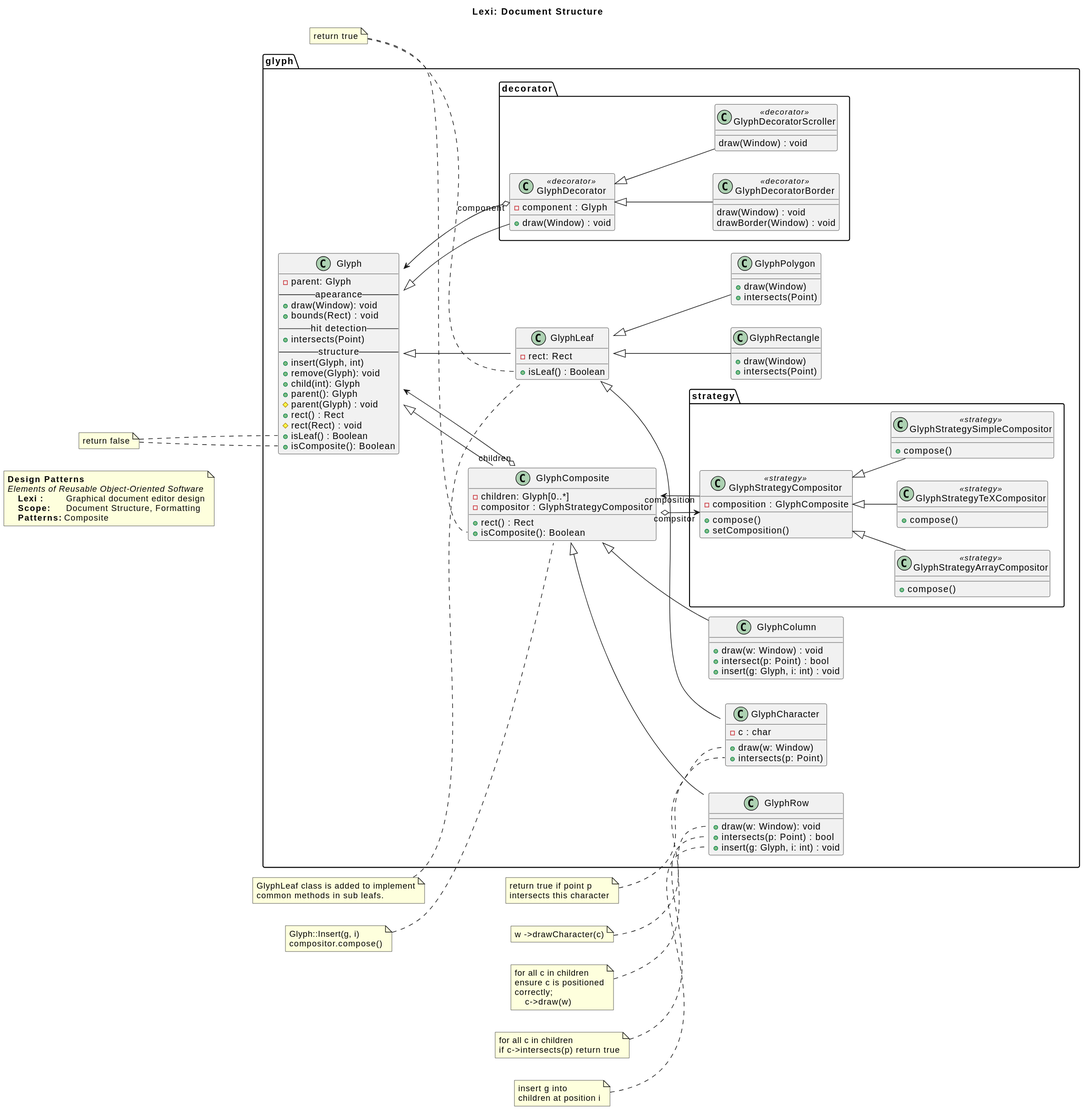
This is workspace/projects/lexi/docs/lexi_classes.svg from airaqi/DesignPatterns, a PlantUML export, as it was before one commit. The source it was exported from:
```plantuml
@startuml
left to right direction

title Lexi: Document Structure

note as general
    <b>Design Patterns</b>
    <i>Elements of Reusable Object-Oriented Software</i>
        <b>Lexi :</b>         Graphical document editor design
        <b>Scope: </b>     Document Structure, Formatting
        <b>Patterns:</b> Composite
end note

class glyph.Glyph {
        -parent: Glyph
        -- apearance --
        +draw(Window): void
        +bounds(Rect) : void
        -- hit detection --
        +intersects(Point)
        -- structure --
        +insert(Glyph, int)
        +remove(Glyph): void
        +child(int): Glyph
        +parent(): Glyph
        #parent(Glyph) : void
        +rect() : Rect
        #rect(Rect) : void
        +isLeaf() : Boolean
        +isComposite(): Boolean
    }

class glyph.GlyphComposite {
        -children: Glyph[0..*]
        -compositor : GlyphStrategyCompositor
        +rect() : Rect
        +isComposite(): Boolean
    }

class glyph.GlyphLeaf {
        -rect: Rect
        +isLeaf() : Boolean
    }

note as nReturnTrue
    return true
end note

note as nGlyphLeaf
    GlyphLeaf class is added to implement
    common methods in sub leafs.
end note
nGlyphLeaf .. GlyphLeaf

nReturnTrue .. GlyphLeaf::isLeaf
nReturnTrue .. GlyphComposite::isComposite

note as nReturnFalse
    return false
end note

nReturnFalse .. Glyph::isLeaf
nReturnFalse .. Glyph::isComposite

class glyph.GlyphCharacter {
        -c : char
        +draw(w: Window)
        +intersects(p: Point)
        }

note as nCharDraw
    return true if point p
    intersects this character
end note
nCharDraw .. GlyphCharacter::draw

note as nCharIntersects
    w ->drawCharacter(c)
end note
nCharIntersects .. GlyphCharacter::intersects

class glyph.GlyphRectangle {
        +draw(Window)
        +intersects(Point)
    }

class glyph.GlyphPolygon {
        +draw(Window)
        +intersects(Point)
    }

class glyph.GlyphRow {
        +draw(w: Window): void
        +intersects(p: Point) : bool
        +insert(g: Glyph, i: int) : void
    }

note  as nGlyphRowDraw
    for all c in children
    ensure c is positioned
    correctly;
        c->draw(w)
end note
nGlyphRowDraw .. GlyphRow::draw

note as nGlypRowIntersects
    for all c in children
    if c->intersects(p) return true
end note
nGlypRowIntersects .. GlyphRow::intersects

note as nGlypRowInsert
    insert g into
    children at position i
end note
nGlypRowInsert .. GlyphRow::insert

class glyph.GlyphColumn {
        +draw(w: Window) : void
        +intersect(p: Point) : bool
        +insert(g: Glyph, i: int) : void
     }

Glyph <|-- GlyphComposite
Glyph <|-- GlyphLeaf

GlyphComposite <|-- GlyphRow
GlyphComposite <|-- GlyphColumn

GlyphLeaf <|-- GlyphCharacter
GlyphLeaf <|-- GlyphRectangle
GlyphLeaf <|-- GlyphPolygon


class glyph.strategy.GlyphStrategyCompositor <<strategy>>
class glyph.strategy.GlyphStrategyArrayCompositor <<strategy>>
class glyph.strategy.GlyphStrategyTeXCompositor <<strategy>>
class glyph.strategy.GlyphStrategySimpleCompositor <<strategy>>

note as nGlyphStrategyCompositionInsert
    Glyph::Insert(g, i)
    compositor.compose()
end note
nGlyphStrategyCompositionInsert .. GlyphComposite::insert

GlyphStrategyCompositor : -composition : GlyphComposite
GlyphStrategyCompositor : +compose()
GlyphStrategyCompositor : +setComposition()

GlyphStrategyArrayCompositor : +compose()
GlyphStrategyTeXCompositor : +compose()
GlyphStrategySimpleCompositor : +compose()

GlyphStrategyCompositor <|-- GlyphStrategyArrayCompositor
GlyphStrategyCompositor <|-- GlyphStrategyTeXCompositor
GlyphStrategyCompositor <|-- GlyphStrategySimpleCompositor

Glyph <--o "children" GlyphComposite
GlyphComposite "compsitor" o--> GlyphStrategyCompositor
GlyphComposite <-- "composition" GlyphStrategyCompositor


class glyph.decorator.GlyphDecorator <<decorator>>
class glyph.decorator.GlyphDecoratorBorder <<decorator>>
class glyph.decorator.GlyphDecoratorScroller <<decorator>>

GlyphDecorator  : -component : Glyph
GlyphDecorator  : +draw(Window) : void

GlyphDecoratorBorder : draw(Window) : void
GlyphDecoratorBorder : drawBorder(Window) : void

GlyphDecoratorScroller : draw(Window) : void

Glyph <|-- GlyphDecorator

GlyphDecorator <|-- GlyphDecoratorBorder
GlyphDecorator <|-- GlyphDecoratorScroller

Glyph <--o "component" GlyphDecorator
@enduml
```
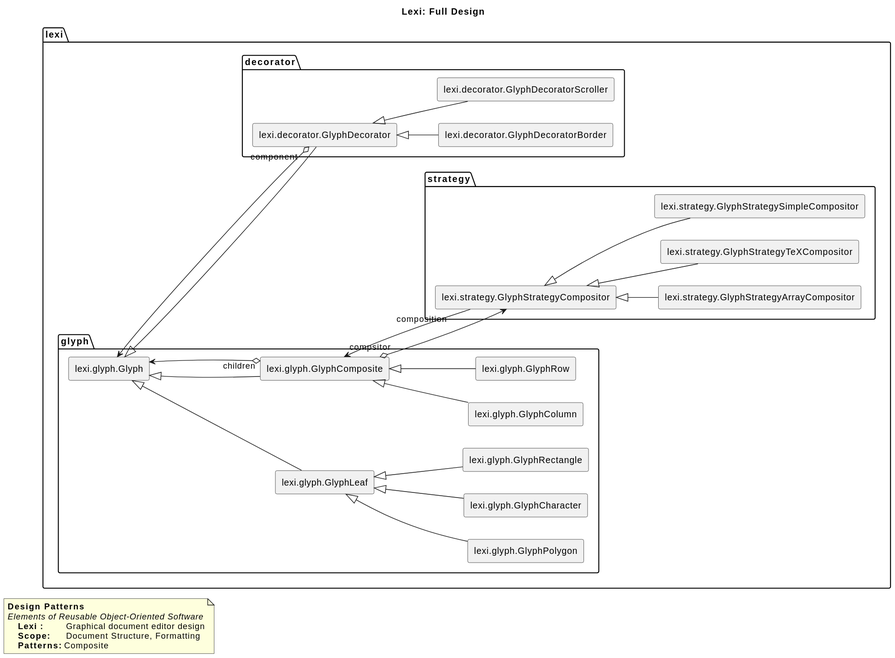
After the change.

Commit message:
Refactor lexi documentation move to to its own  folder

Diff of the diagram source:
```diff
@@ -1,7 +1,8 @@
 @startuml
+title Lexi: Full Design
+
+allowmixing
 left to right direction
-
-title Lexi: Document Structure
 
 note as general
     <b>Design Patterns</b>
@@ -11,171 +12,30 @@
         <b>Patterns:</b> Composite
 end note
 
-class glyph.Glyph {
-        -parent: Glyph
-        -- apearance --
-        +draw(Window): void
-        +bounds(Rect) : void
-        -- hit detection --
-        +intersects(Point)
-        -- structure --
-        +insert(Glyph, int)
-        +remove(Glyph): void
-        +child(int): Glyph
-        +parent(): Glyph
-        #parent(Glyph) : void
-        +rect() : Rect
-        #rect(Rect) : void
-        +isLeaf() : Boolean
-        +isComposite(): Boolean
-    }
+rectangle lexi.glyph.Glyph
+rectangle lexi.glyph.GlyphComposite
+rectangle lexi.glyph.GlyphLeaf
+rectangle lexi.glyph.GlyphCharacter
+rectangle lexi.glyph.GlyphRectangle
+rectangle lexi.glyph.GlyphPolygon
+rectangle lexi.glyph.GlyphRow
+rectangle lexi.glyph.GlyphColumn
 
-class glyph.GlyphComposite {
-        -children: Glyph[0..*]
-        -compositor : GlyphStrategyCompositor
-        +rect() : Rect
-        +isComposite(): Boolean
-    }
-
-class glyph.GlyphLeaf {
-        -rect: Rect
-        +isLeaf() : Boolean
-    }
-
-note as nReturnTrue
-    return true
-end note
-
-note as nGlyphLeaf
-    GlyphLeaf class is added to implement
-    common methods in sub leafs.
-end note
-nGlyphLeaf .. GlyphLeaf
-
-nReturnTrue .. GlyphLeaf::isLeaf
-nReturnTrue .. GlyphComposite::isComposite
-
-note as nReturnFalse
-    return false
-end note
-
-nReturnFalse .. Glyph::isLeaf
-nReturnFalse .. Glyph::isComposite
-
-class glyph.GlyphCharacter {
-        -c : char
-        +draw(w: Window)
-        +intersects(p: Point)
-        }
-
-note as nCharDraw
-    return true if point p
-    intersects this character
-end note
-nCharDraw .. GlyphCharacter::draw
-
-note as nCharIntersects
-    w ->drawCharacter(c)
-end note
-nCharIntersects .. GlyphCharacter::intersects
-
-class glyph.GlyphRectangle {
-        +draw(Window)
-        +intersects(Point)
-    }
-
-class glyph.GlyphPolygon {
-        +draw(Window)
-        +intersects(Point)
-    }
-
-class glyph.GlyphRow {
-        +draw(w: Window): void
-        +intersects(p: Point) : bool
-        +insert(g: Glyph, i: int) : void
-    }
-
-note  as nGlyphRowDraw
-    for all c in children
-    ensure c is positioned
-    correctly;
-        c->draw(w)
-end note
-nGlyphRowDraw .. GlyphRow::draw
-
-note as nGlypRowIntersects
-    for all c in children
-    if c->intersects(p) return true
-end note
-nGlypRowIntersects .. GlyphRow::intersects
-
-note as nGlypRowInsert
-    insert g into
-    children at position i
-end note
-nGlypRowInsert .. GlyphRow::insert
-
-class glyph.GlyphColumn {
-        +draw(w: Window) : void
-        +intersect(p: Point) : bool
-        +insert(g: Glyph, i: int) : void
-     }
-
-Glyph <|-- GlyphComposite
-Glyph <|-- GlyphLeaf
-
-GlyphComposite <|-- GlyphRow
-GlyphComposite <|-- GlyphColumn
-
-GlyphLeaf <|-- GlyphCharacter
-GlyphLeaf <|-- GlyphRectangle
-GlyphLeaf <|-- GlyphPolygon
+!includesub lexi_classes_structure.puml!RELATIONS
 
 
-class glyph.strategy.GlyphStrategyCompositor <<strategy>>
-class glyph.strategy.GlyphStrategyArrayCompositor <<strategy>>
-class glyph.strategy.GlyphStrategyTeXCompositor <<strategy>>
-class glyph.strategy.GlyphStrategySimpleCompositor <<strategy>>
-
-note as nGlyphStrategyCompositionInsert
-    Glyph::Insert(g, i)
-    compositor.compose()
-end note
-nGlyphStrategyCompositionInsert .. GlyphComposite::insert
-
-GlyphStrategyCompositor : -composition : GlyphComposite
-GlyphStrategyCompositor : +compose()
-GlyphStrategyCompositor : +setComposition()
-
-GlyphStrategyArrayCompositor : +compose()
-GlyphStrategyTeXCompositor : +compose()
-GlyphStrategySimpleCompositor : +compose()
-
-GlyphStrategyCompositor <|-- GlyphStrategyArrayCompositor
-GlyphStrategyCompositor <|-- GlyphStrategyTeXCompositor
-GlyphStrategyCompositor <|-- GlyphStrategySimpleCompositor
-
-Glyph <--o "children" GlyphComposite
-GlyphComposite "compsitor" o--> GlyphStrategyCompositor
-GlyphComposite <-- "composition" GlyphStrategyCompositor
+rectangle lexi.strategy.GlyphStrategyCompositor
+rectangle lexi.strategy.GlyphStrategyArrayCompositor
+rectangle lexi.strategy.GlyphStrategyTeXCompositor
+rectangle lexi.strategy.GlyphStrategySimpleCompositor
 
 
-class glyph.decorator.GlyphDecorator <<decorator>>
-class glyph.decorator.GlyphDecoratorBorder <<decorator>>
-class glyph.decorator.GlyphDecoratorScroller <<decorator>>
+!includesub lexi_classes_format.puml!RELATIONS
 
-GlyphDecorator  : -component : Glyph
-GlyphDecorator  : +draw(Window) : void
 
-GlyphDecoratorBorder : draw(Window) : void
-GlyphDecoratorBorder : drawBorder(Window) : void
+rectangle lexi.decorator.GlyphDecorator
+rectangle lexi.decorator.GlyphDecoratorBorder
+rectangle lexi.decorator.GlyphDecoratorScroller
 
-GlyphDecoratorScroller : draw(Window) : void
-
-Glyph <|-- GlyphDecorator
-
-GlyphDecorator <|-- GlyphDecoratorBorder
-GlyphDecorator <|-- GlyphDecoratorScroller
-
-Glyph <--o "component" GlyphDecorator
+!includesub lexi_classes_imbellishment.puml!RELATIONS
 @enduml
```
